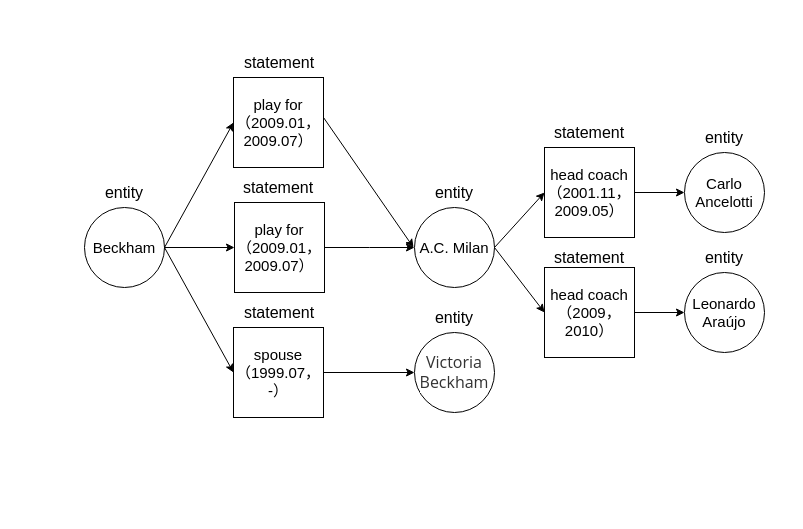
The draw.io diagram constraint subset.drawio in JianhaoChen-nju/cjh-house, before the edit. Source tidied: cells renumbered, new cells numbered last; positions are measured from the earlier drawing's top-left corner, leaving out a move shared by most shapes. Both pictures are drawn from the tidied source at 100%, with x=0, y=0 at pixel (84, 47).
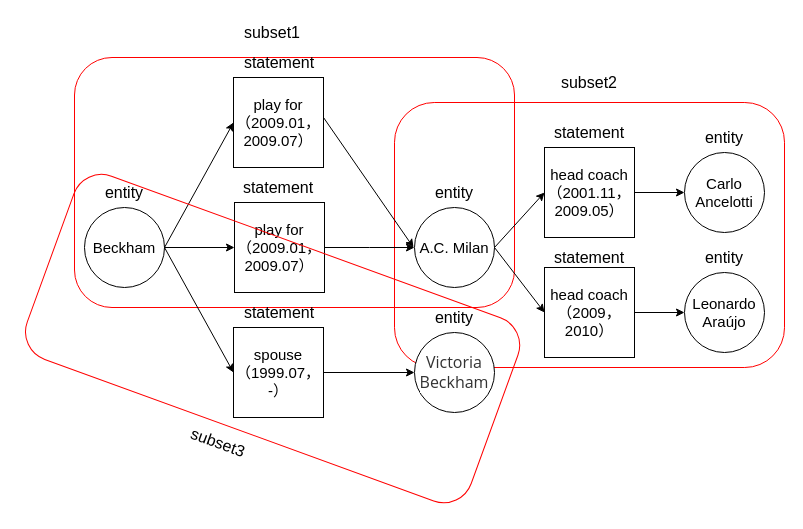
After the change.

Change to the diagram source:
```diff
@@
+    <mxCell id="32" style="rounded=1;whiteSpace=wrap;html=1;fontSize=16;strokeColor=#FF0000;fillColor=none;" parent="1" vertex="1">
+      <mxGeometry x="-10" y="10" width="440" height="250" as="geometry" />
+    </mxCell>
+    <mxCell id="33" style="rounded=1;whiteSpace=wrap;html=1;fontSize=16;strokeColor=#FF0000;fillColor=none;" parent="1" vertex="1">
+      <mxGeometry x="310" y="55" width="390" height="265" as="geometry" />
+    </mxCell>
@@
+    <mxCell id="34" style="rounded=1;whiteSpace=wrap;html=1;fontSize=16;strokeColor=#FF0000;fillColor=none;rotation=20;" parent="1" vertex="1">
+      <mxGeometry x="-48.1" y="193.6" width="472.4" height="195" as="geometry" />
+    </mxCell>
+    <mxCell id="35" value="subset1" style="text;html=1;strokeColor=none;fillColor=none;align=center;verticalAlign=middle;whiteSpace=wrap;rounded=0;fontSize=16;" parent="1" vertex="1">
+      <mxGeometry x="158.1" y="-30" width="60" height="30" as="geometry" />
+    </mxCell>
+    <mxCell id="36" value="subset2" style="text;html=1;strokeColor=none;fillColor=none;align=center;verticalAlign=middle;whiteSpace=wrap;rounded=0;fontSize=16;" parent="1" vertex="1">
+      <mxGeometry x="475" y="20" width="60" height="30" as="geometry" />
+    </mxCell>
+    <mxCell id="37" value="subset3" style="text;html=1;strokeColor=none;fillColor=none;align=center;verticalAlign=middle;whiteSpace=wrap;rounded=0;fontSize=16;rotation=20;" parent="1" vertex="1">
+      <mxGeometry x="104" y="380" width="60" height="30" as="geometry" />
+    </mxCell>
```
